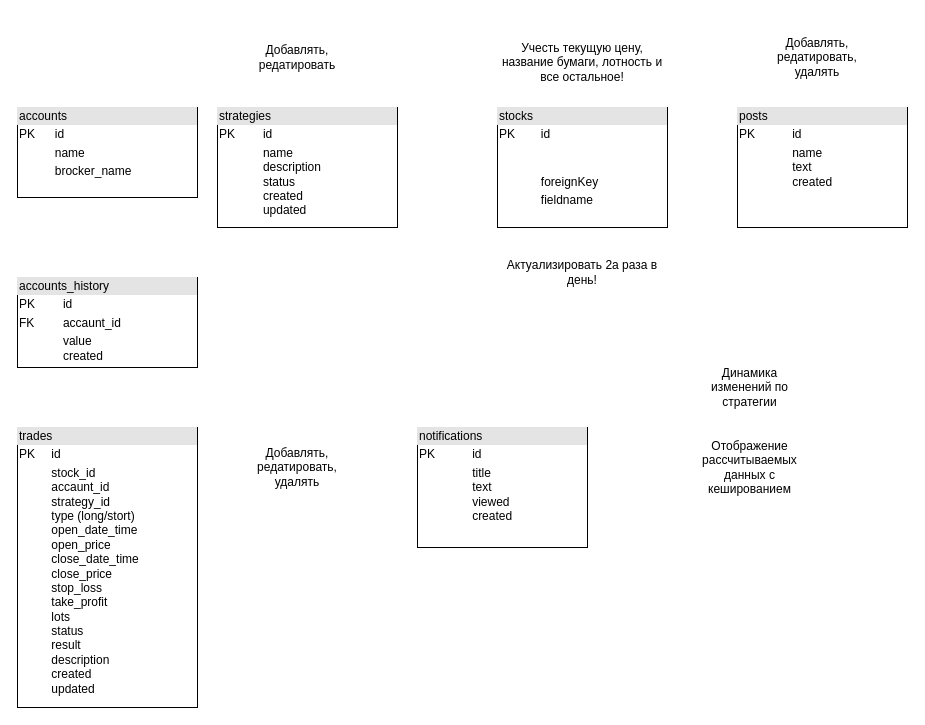
The draw.io diagram project.drawio in pers1307/trading-platform, before the edit. Source tidied: cells renumbered, new cells numbered last; positions are measured from the earlier drawing's top-left corner, leaving out a move shared by most shapes. Both pictures are drawn from the tidied source at 100%, with x=0, y=0 at pixel (17, 17).
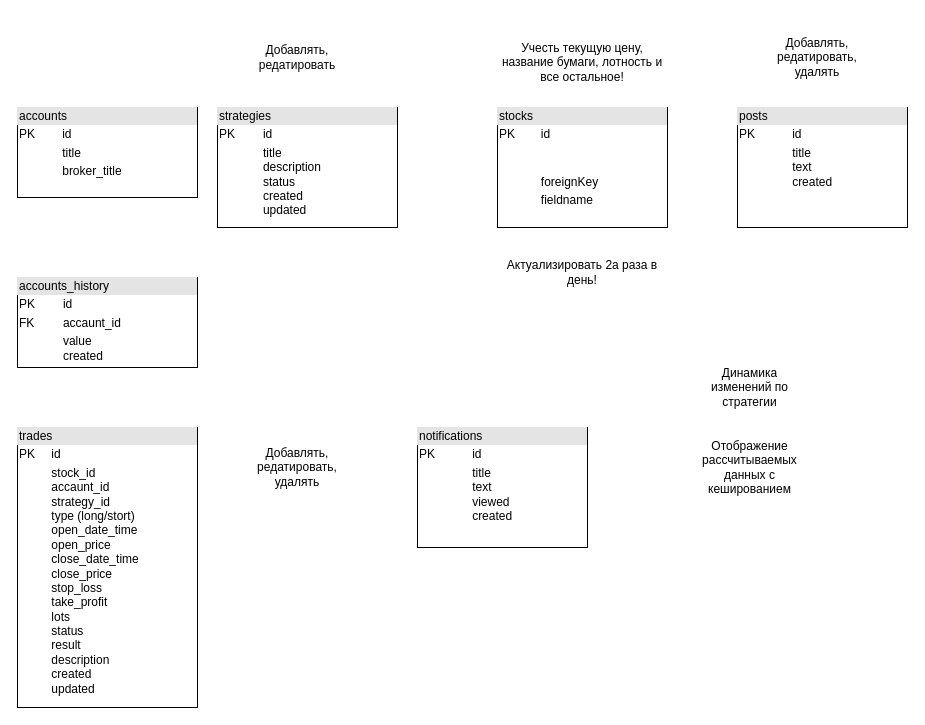
The same diagram, later.

Change to the diagram source:
```diff
@@
 <mxGraphModel>
   <root>
     <mxCell id="0" />
     <mxCell id="1" parent="0" />
-    <mxCell id="2" value="&lt;div style=&quot;box-sizing:border-box;width:100%;background:#e4e4e4;padding:2px;&quot;&gt;accounts&lt;br&gt;&lt;/div&gt;&lt;table style=&quot;width:100%;font-size:1em;&quot; cellpadding=&quot;2&quot; cellspacing=&quot;0&quot;&gt;&lt;tbody&gt;&lt;tr&gt;&lt;td&gt;PK&lt;/td&gt;&lt;td&gt;id&lt;/td&gt;&lt;/tr&gt;&lt;tr&gt;&lt;td&gt;&lt;br&gt;&lt;/td&gt;&lt;td&gt;name&lt;/td&gt;&lt;/tr&gt;&lt;tr&gt;&lt;td&gt;&lt;/td&gt;&lt;td&gt;brocker_name&lt;/td&gt;&lt;/tr&gt;&lt;/tbody&gt;&lt;/table&gt;" style="verticalAlign=top;align=left;overflow=fill;html=1;whiteSpace=wrap;" parent="1" vertex="1">
+    <mxCell id="2" value="&lt;div style=&quot;box-sizing:border-box;width:100%;background:#e4e4e4;padding:2px;&quot;&gt;accounts&lt;br&gt;&lt;/div&gt;&lt;table style=&quot;width:100%;font-size:1em;&quot; cellpadding=&quot;2&quot; cellspacing=&quot;0&quot;&gt;&lt;tbody&gt;&lt;tr&gt;&lt;td&gt;PK&lt;/td&gt;&lt;td&gt;id&lt;/td&gt;&lt;/tr&gt;&lt;tr&gt;&lt;td&gt;&lt;br&gt;&lt;/td&gt;&lt;td&gt;title&lt;/td&gt;&lt;/tr&gt;&lt;tr&gt;&lt;td&gt;&lt;/td&gt;&lt;td&gt;broker_title&lt;/td&gt;&lt;/tr&gt;&lt;/tbody&gt;&lt;/table&gt;" style="verticalAlign=top;align=left;overflow=fill;html=1;whiteSpace=wrap;" parent="1" vertex="1">
       <mxGeometry y="90" width="180" height="90" as="geometry" />
     </mxCell>
-    <mxCell id="3" value="&lt;div style=&quot;box-sizing:border-box;width:100%;background:#e4e4e4;padding:2px;&quot;&gt;strategies&lt;br&gt;&lt;/div&gt;&lt;table style=&quot;width:100%;font-size:1em;&quot; cellpadding=&quot;2&quot; cellspacing=&quot;0&quot;&gt;&lt;tbody&gt;&lt;tr&gt;&lt;td&gt;PK&lt;/td&gt;&lt;td&gt;id&lt;/td&gt;&lt;/tr&gt;&lt;tr&gt;&lt;td&gt;&lt;br&gt;&lt;/td&gt;&lt;td&gt;name&lt;br&gt;description&lt;br&gt;status&lt;br&gt;created&lt;br&gt;updated&lt;br&gt;&lt;br&gt;&lt;/td&gt;&lt;/tr&gt;&lt;/tbody&gt;&lt;/table&gt;" style="verticalAlign=top;align=left;overflow=fill;html=1;whiteSpace=wrap;" parent="1" vertex="1">
+    <mxCell id="3" value="&lt;div style=&quot;box-sizing:border-box;width:100%;background:#e4e4e4;padding:2px;&quot;&gt;strategies&lt;br&gt;&lt;/div&gt;&lt;table style=&quot;width:100%;font-size:1em;&quot; cellpadding=&quot;2&quot; cellspacing=&quot;0&quot;&gt;&lt;tbody&gt;&lt;tr&gt;&lt;td&gt;PK&lt;/td&gt;&lt;td&gt;id&lt;/td&gt;&lt;/tr&gt;&lt;tr&gt;&lt;td&gt;&lt;br&gt;&lt;/td&gt;&lt;td&gt;title&lt;br&gt;description&lt;br&gt;status&lt;br&gt;created&lt;br&gt;updated&lt;br&gt;&lt;br&gt;&lt;/td&gt;&lt;/tr&gt;&lt;/tbody&gt;&lt;/table&gt;" style="verticalAlign=top;align=left;overflow=fill;html=1;whiteSpace=wrap;" parent="1" vertex="1">
       <mxGeometry x="200" y="90" width="180" height="120" as="geometry" />
     </mxCell>
     <mxCell id="4" value="&lt;div style=&quot;box-sizing:border-box;width:100%;background:#e4e4e4;padding:2px;&quot;&gt;stocks&lt;/div&gt;&lt;table style=&quot;width:100%;font-size:1em;&quot; cellpadding=&quot;2&quot; cellspacing=&quot;0&quot;&gt;&lt;tbody&gt;&lt;tr&gt;&lt;td&gt;PK&lt;/td&gt;&lt;td&gt;id&lt;br&gt;&lt;/td&gt;&lt;/tr&gt;&lt;tr&gt;&lt;td&gt;&lt;br&gt;&lt;/td&gt;&lt;td&gt;&lt;br&gt;&lt;br&gt;foreignKey&lt;/td&gt;&lt;/tr&gt;&lt;tr&gt;&lt;td&gt;&lt;/td&gt;&lt;td&gt;fieldname&lt;/td&gt;&lt;/tr&gt;&lt;/tbody&gt;&lt;/table&gt;" style="verticalAlign=top;align=left;overflow=fill;html=1;whiteSpace=wrap;" parent="1" vertex="1">
       <mxGeometry x="480" y="90" width="170" height="120" as="geometry" />
     </mxCell>
     <mxCell id="5" value="&lt;div style=&quot;box-sizing:border-box;width:100%;background:#e4e4e4;padding:2px;&quot;&gt;accounts_history&lt;br&gt;&lt;/div&gt;&lt;table style=&quot;width:100%;font-size:1em;&quot; cellpadding=&quot;2&quot; cellspacing=&quot;0&quot;&gt;&lt;tbody&gt;&lt;tr&gt;&lt;td&gt;PK&lt;/td&gt;&lt;td&gt;id&lt;/td&gt;&lt;/tr&gt;&lt;tr&gt;&lt;td&gt;FK&lt;/td&gt;&lt;td&gt;accaunt_id&lt;/td&gt;&lt;/tr&gt;&lt;tr&gt;&lt;td&gt;&lt;/td&gt;&lt;td&gt;value&lt;br&gt;created&lt;/td&gt;&lt;/tr&gt;&lt;/tbody&gt;&lt;/table&gt;" style="verticalAlign=top;align=left;overflow=fill;html=1;whiteSpace=wrap;" parent="1" vertex="1">
       <mxGeometry y="260" width="180" height="90" as="geometry" />
     </mxCell>
     <mxCell id="6" value="Учесть текущую цену, название бумаги, лотность и все остальное!" style="text;html=1;strokeColor=none;fillColor=none;align=center;verticalAlign=middle;whiteSpace=wrap;rounded=0;" parent="1" vertex="1">
       <mxGeometry x="480" y="10" width="170" height="70" as="geometry" />
     </mxCell>
     <mxCell id="7" value="&lt;div style=&quot;box-sizing:border-box;width:100%;background:#e4e4e4;padding:2px;&quot;&gt;trades&lt;br&gt;&lt;/div&gt;&lt;table style=&quot;width:100%;font-size:1em;&quot; cellpadding=&quot;2&quot; cellspacing=&quot;0&quot;&gt;&lt;tbody&gt;&lt;tr&gt;&lt;td&gt;PK&lt;/td&gt;&lt;td&gt;id&lt;/td&gt;&lt;/tr&gt;&lt;tr&gt;&lt;td&gt;&lt;br&gt;&lt;/td&gt;&lt;td&gt;stock_id&lt;br&gt;accaunt_id&lt;br&gt;strategy_id&lt;br&gt;type (long/stort)&lt;br&gt;open_date_time&lt;br&gt;open_price&lt;br&gt;close_date_time&lt;br&gt;close_price&lt;br&gt;stop_loss&lt;br&gt;take_profit&lt;br&gt;lots&lt;br&gt;status&lt;br&gt;result&lt;br&gt;description&lt;br&gt;created&lt;br&gt;updated&lt;br&gt;&lt;br&gt;&lt;/td&gt;&lt;/tr&gt;&lt;/tbody&gt;&lt;/table&gt;" style="verticalAlign=top;align=left;overflow=fill;html=1;whiteSpace=wrap;" parent="1" vertex="1">
       <mxGeometry y="410" width="180" height="280" as="geometry" />
     </mxCell>
     <mxCell id="8" value="Добавлять, &lt;br&gt;редатировать,&lt;br&gt;удалять&lt;br&gt;" style="text;html=1;strokeColor=none;fillColor=none;align=center;verticalAlign=middle;whiteSpace=wrap;rounded=0;" parent="1" vertex="1">
       <mxGeometry x="200" y="410" width="160" height="80" as="geometry" />
     </mxCell>
     <mxCell id="9" value="Динамика изменений по стратегии" style="text;html=1;strokeColor=none;fillColor=none;align=center;verticalAlign=middle;whiteSpace=wrap;rounded=0;" parent="1" vertex="1">
       <mxGeometry x="680" y="330" width="105" height="80" as="geometry" />
     </mxCell>
     <mxCell id="10" value="Добавлять, &lt;br&gt;редатировать" style="text;html=1;strokeColor=none;fillColor=none;align=center;verticalAlign=middle;whiteSpace=wrap;rounded=0;" parent="1" vertex="1">
       <mxGeometry x="200" width="160" height="80" as="geometry" />
     </mxCell>
-    <mxCell id="11" value="&lt;div style=&quot;box-sizing:border-box;width:100%;background:#e4e4e4;padding:2px;&quot;&gt;posts&lt;/div&gt;&lt;table style=&quot;width:100%;font-size:1em;&quot; cellpadding=&quot;2&quot; cellspacing=&quot;0&quot;&gt;&lt;tbody&gt;&lt;tr&gt;&lt;td&gt;PK&lt;/td&gt;&lt;td&gt;id&lt;br&gt;&lt;/td&gt;&lt;/tr&gt;&lt;tr&gt;&lt;td&gt;&lt;br&gt;&lt;/td&gt;&lt;td&gt;name&lt;br&gt;text&lt;br&gt;created&lt;br&gt;&lt;/td&gt;&lt;/tr&gt;&lt;tr&gt;&lt;td&gt;&lt;/td&gt;&lt;td&gt;&lt;br&gt;&lt;/td&gt;&lt;/tr&gt;&lt;/tbody&gt;&lt;/table&gt;" style="verticalAlign=top;align=left;overflow=fill;html=1;whiteSpace=wrap;" parent="1" vertex="1">
+    <mxCell id="11" value="&lt;div style=&quot;box-sizing:border-box;width:100%;background:#e4e4e4;padding:2px;&quot;&gt;posts&lt;/div&gt;&lt;table style=&quot;width:100%;font-size:1em;&quot; cellpadding=&quot;2&quot; cellspacing=&quot;0&quot;&gt;&lt;tbody&gt;&lt;tr&gt;&lt;td&gt;PK&lt;/td&gt;&lt;td&gt;id&lt;br&gt;&lt;/td&gt;&lt;/tr&gt;&lt;tr&gt;&lt;td&gt;&lt;br&gt;&lt;/td&gt;&lt;td&gt;title&lt;br&gt;text&lt;br&gt;created&lt;br&gt;&lt;/td&gt;&lt;/tr&gt;&lt;tr&gt;&lt;td&gt;&lt;/td&gt;&lt;td&gt;&lt;br&gt;&lt;/td&gt;&lt;/tr&gt;&lt;/tbody&gt;&lt;/table&gt;" style="verticalAlign=top;align=left;overflow=fill;html=1;whiteSpace=wrap;" parent="1" vertex="1">
       <mxGeometry x="720" y="90" width="170" height="120" as="geometry" />
     </mxCell>
     <mxCell id="12" value="Добавлять, &lt;br&gt;редатировать,&lt;br&gt;удалять&lt;br&gt;" style="text;html=1;strokeColor=none;fillColor=none;align=center;verticalAlign=middle;whiteSpace=wrap;rounded=0;" parent="1" vertex="1">
       <mxGeometry x="720" width="160" height="80" as="geometry" />
     </mxCell>
     <mxCell id="13" value="Актуализировать 2а раза в день!" style="text;html=1;strokeColor=none;fillColor=none;align=center;verticalAlign=middle;whiteSpace=wrap;rounded=0;" parent="1" vertex="1">
       <mxGeometry x="480" y="220" width="170" height="70" as="geometry" />
     </mxCell>
     <mxCell id="14" value="&lt;div style=&quot;box-sizing:border-box;width:100%;background:#e4e4e4;padding:2px;&quot;&gt;notifications&lt;/div&gt;&lt;table style=&quot;width:100%;font-size:1em;&quot; cellpadding=&quot;2&quot; cellspacing=&quot;0&quot;&gt;&lt;tbody&gt;&lt;tr&gt;&lt;td&gt;PK&lt;/td&gt;&lt;td&gt;id&lt;br&gt;&lt;/td&gt;&lt;/tr&gt;&lt;tr&gt;&lt;td&gt;&lt;br&gt;&lt;/td&gt;&lt;td&gt;title&lt;br&gt;text&lt;br&gt;viewed&lt;br&gt;created&lt;br&gt;&lt;/td&gt;&lt;/tr&gt;&lt;tr&gt;&lt;td&gt;&lt;/td&gt;&lt;td&gt;&lt;br&gt;&lt;/td&gt;&lt;/tr&gt;&lt;/tbody&gt;&lt;/table&gt;" style="verticalAlign=top;align=left;overflow=fill;html=1;whiteSpace=wrap;" parent="1" vertex="1">
       <mxGeometry x="400" y="410" width="170" height="120" as="geometry" />
     </mxCell>
     <mxCell id="15" value="Отображение рассчитываемых данных с кешированием" style="text;html=1;strokeColor=none;fillColor=none;align=center;verticalAlign=middle;whiteSpace=wrap;rounded=0;" parent="1" vertex="1">
       <mxGeometry x="680" y="410" width="105" height="80" as="geometry" />
     </mxCell>
   </root>
 </mxGraphModel>
```
